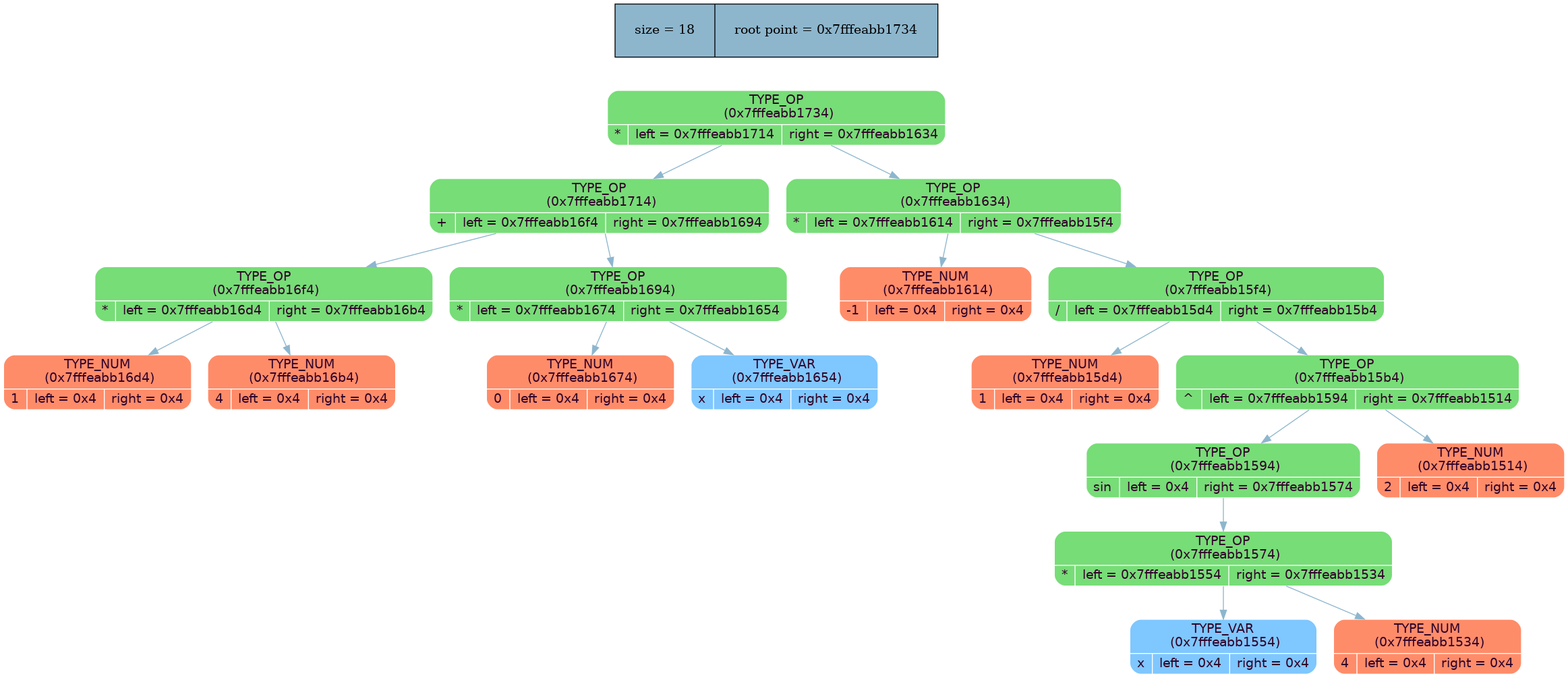
The Graphviz diagram dump_info/tree_dump.png in MaxGroshev/differentiator, before a commit. Its source is kept beside it as dump_info/tree_dump.dot.
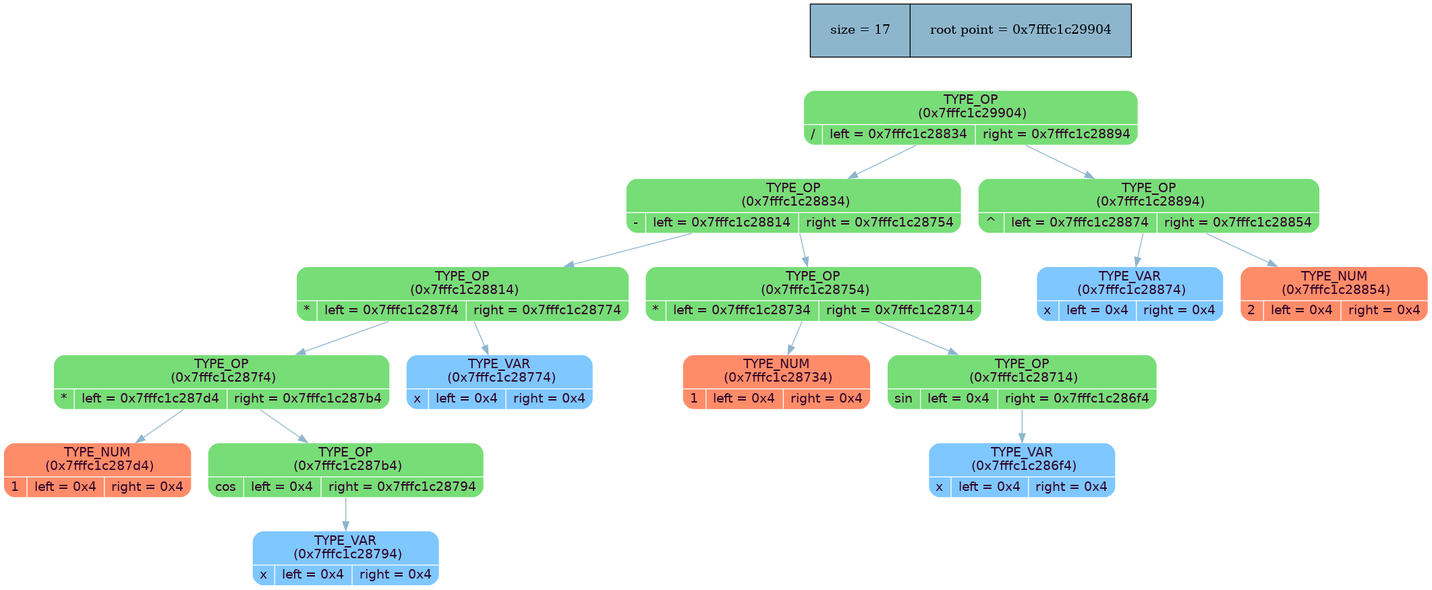
Later version of the same file.

Diff of the diagram source:
```diff
@@ -3,42 +3,36 @@
 rankdir = ""
 splines = "true"
 
-node_stat [margin = "0.3*0.3", style = "filled", shape = "record", fillcolor = "#8DB6CD" label = " size = 18 | root point = 0x4a4da84"]
+node_stat [margin = "0.3*0.3", style = "filled", shape = "record", fillcolor = "#8DB6CD" label = " size = 15 | root point = 0x4a4db84"]
 {rank = source; node_stat}
 
-node0x4a4da84 [shape = "Mrecord", fillcolor = "#77DD77", style = "filled", fontcolor = "#31032A", fontname = "Calibri", color = "white", label = "{TYPE_OP\n (0x4a4da84)| {* |left = 0x4a4da24 |right = 0x4a4d784}}"]
-node0x4a4da84 -> node0x4a4da24 [color = "#8DB6CD", style = "", constraint = true, fillcolor = "#8DB6CD",   fontcolor = "", fontname = "Calibri", label = ""];
-node0x4a4da24 [shape = "Mrecord", fillcolor = "#77DD77", style = "filled", fontcolor = "#31032A", fontname = "Calibri", color = "white", label = "{TYPE_OP\n (0x4a4da24)| {+ |left = 0x4a4d9c4 |right = 0x4a4d8a4}}"]
-node0x4a4da24 -> node0x4a4d9c4 [color = "#8DB6CD", style = "", constraint = true, fillcolor = "#8DB6CD",   fontcolor = "", fontname = "Calibri", label = ""];
-node0x4a4d9c4 [shape = "Mrecord", fillcolor = "#77DD77", style = "filled", fontcolor = "#31032A", fontname = "Calibri", color = "white", label = "{TYPE_OP\n (0x4a4d9c4)| {* |left = 0x4a4d964 |right = 0x4a4d904}}"]
-node0x4a4d9c4 -> node0x4a4d964 [color = "#8DB6CD", style = "", constraint = true, fillcolor = "#8DB6CD",   fontcolor = "", fontname = "Calibri", label = ""];
-node0x4a4d964 [shape = "Mrecord", fillcolor = "#FF8C69", style = "filled", fontcolor = "#31032A", fontname = "Calibri", color = "white", label = "{TYPE_NUM\n (0x4a4d964)| {1 |left = 0x4 |right = 0x4}}"]
-node0x4a4d9c4 -> node0x4a4d904 [color = "#8DB6CD", style = "", constraint = true, fillcolor = "#8DB6CD",   fontcolor = "", fontname = "Calibri", label = ""];
-node0x4a4d904 [shape = "Mrecord", fillcolor = "#FF8C69", style = "filled", fontcolor = "#31032A", fontname = "Calibri", color = "white", label = "{TYPE_NUM\n (0x4a4d904)| {4 |left = 0x4 |right = 0x4}}"]
-node0x4a4da24 -> node0x4a4d8a4 [color = "#8DB6CD", style = "", constraint = true, fillcolor = "#8DB6CD",   fontcolor = "", fontname = "Calibri", label = ""];
-node0x4a4d8a4 [shape = "Mrecord", fillcolor = "#77DD77", style = "filled", fontcolor = "#31032A", fontname = "Calibri", color = "white", label = "{TYPE_OP\n (0x4a4d8a4)| {* |left = 0x4a4d844 |right = 0x4a4d7e4}}"]
-node0x4a4d8a4 -> node0x4a4d844 [color = "#8DB6CD", style = "", constraint = true, fillcolor = "#8DB6CD",   fontcolor = "", fontname = "Calibri", label = ""];
-node0x4a4d844 [shape = "Mrecord", fillcolor = "#FF8C69", style = "filled", fontcolor = "#31032A", fontname = "Calibri", color = "white", label = "{TYPE_NUM\n (0x4a4d844)| {0 |left = 0x4 |right = 0x4}}"]
-node0x4a4d8a4 -> node0x4a4d7e4 [color = "#8DB6CD", style = "", constraint = true, fillcolor = "#8DB6CD",   fontcolor = "", fontname = "Calibri", label = ""];
-node0x4a4d7e4 [shape = "Mrecord", fillcolor = "#7FC7FF", style = "filled", fontcolor = "#31032A", fontname = "Calibri", color = "white", label = "{TYPE_VAR\n (0x4a4d7e4)| {x |left = 0x4 |right = 0x4}}"]
-node0x4a4da84 -> node0x4a4d784 [color = "#8DB6CD", style = "", constraint = true, fillcolor = "#8DB6CD",   fontcolor = "", fontname = "Calibri", label = ""];
-node0x4a4d784 [shape = "Mrecord", fillcolor = "#77DD77", style = "filled", fontcolor = "#31032A", fontname = "Calibri", color = "white", label = "{TYPE_OP\n (0x4a4d784)| {* |left = 0x4a4d724 |right = 0x4a4d6c4}}"]
-node0x4a4d784 -> node0x4a4d724 [color = "#8DB6CD", style = "", constraint = true, fillcolor = "#8DB6CD",   fontcolor = "", fontname = "Calibri", label = ""];
-node0x4a4d724 [shape = "Mrecord", fillcolor = "#FF8C69", style = "filled", fontcolor = "#31032A", fontname = "Calibri", color = "white", label = "{TYPE_NUM\n (0x4a4d724)| {-1 |left = 0x4 |right = 0x4}}"]
-node0x4a4d784 -> node0x4a4d6c4 [color = "#8DB6CD", style = "", constraint = true, fillcolor = "#8DB6CD",   fontcolor = "", fontname = "Calibri", label = ""];
-node0x4a4d6c4 [shape = "Mrecord", fillcolor = "#77DD77", style = "filled", fontcolor = "#31032A", fontname = "Calibri", color = "white", label = "{TYPE_OP\n (0x4a4d6c4)| {/ |left = 0x4a4d664 |right = 0x4a4d604}}"]
-node0x4a4d6c4 -> node0x4a4d664 [color = "#8DB6CD", style = "", constraint = true, fillcolor = "#8DB6CD",   fontcolor = "", fontname = "Calibri", label = ""];
-node0x4a4d664 [shape = "Mrecord", fillcolor = "#FF8C69", style = "filled", fontcolor = "#31032A", fontname = "Calibri", color = "white", label = "{TYPE_NUM\n (0x4a4d664)| {1 |left = 0x4 |right = 0x4}}"]
-node0x4a4d6c4 -> node0x4a4d604 [color = "#8DB6CD", style = "", constraint = true, fillcolor = "#8DB6CD",   fontcolor = "", fontname = "Calibri", label = ""];
-node0x4a4d604 [shape = "Mrecord", fillcolor = "#77DD77", style = "filled", fontcolor = "#31032A", fontname = "Calibri", color = "white", label = "{TYPE_OP\n (0x4a4d604)| {^ |left = 0x4a4d5a4 |right = 0x4a4d424}}"]
-node0x4a4d604 -> node0x4a4d5a4 [color = "#8DB6CD", style = "", constraint = true, fillcolor = "#8DB6CD",   fontcolor = "", fontname = "Calibri", label = ""];
-node0x4a4d5a4 [shape = "Mrecord", fillcolor = "#77DD77", style = "filled", fontcolor = "#31032A", fontname = "Calibri", color = "white", label = "{TYPE_OP\n (0x4a4d5a4)| {sin |left = 0x4 |right = 0x4a4d544}}"]
-node0x4a4d5a4 -> node0x4a4d544 [color = "#8DB6CD", style = "", constraint = true, fillcolor = "#8DB6CD",   fontcolor = "", fontname = "Calibri", label = ""];
-node0x4a4d544 [shape = "Mrecord", fillcolor = "#77DD77", style = "filled", fontcolor = "#31032A", fontname = "Calibri", color = "white", label = "{TYPE_OP\n (0x4a4d544)| {* |left = 0x4a4d4e4 |right = 0x4a4d484}}"]
-node0x4a4d544 -> node0x4a4d4e4 [color = "#8DB6CD", style = "", constraint = true, fillcolor = "#8DB6CD",   fontcolor = "", fontname = "Calibri", label = ""];
-node0x4a4d4e4 [shape = "Mrecord", fillcolor = "#7FC7FF", style = "filled", fontcolor = "#31032A", fontname = "Calibri", color = "white", label = "{TYPE_VAR\n (0x4a4d4e4)| {x |left = 0x4 |right = 0x4}}"]
-node0x4a4d544 -> node0x4a4d484 [color = "#8DB6CD", style = "", constraint = true, fillcolor = "#8DB6CD",   fontcolor = "", fontname = "Calibri", label = ""];
-node0x4a4d484 [shape = "Mrecord", fillcolor = "#FF8C69", style = "filled", fontcolor = "#31032A", fontname = "Calibri", color = "white", label = "{TYPE_NUM\n (0x4a4d484)| {4 |left = 0x4 |right = 0x4}}"]
-node0x4a4d604 -> node0x4a4d424 [color = "#8DB6CD", style = "", constraint = true, fillcolor = "#8DB6CD",   fontcolor = "", fontname = "Calibri", label = ""];
-node0x4a4d424 [shape = "Mrecord", fillcolor = "#FF8C69", style = "filled", fontcolor = "#31032A", fontname = "Calibri", color = "white", label = "{TYPE_NUM\n (0x4a4d424)| {2 |left = 0x4 |right = 0x4}}"]
+node0x4a4db84 [shape = "Mrecord", fillcolor = "#77DD77", style = "filled", fontcolor = "#31032A", fontname = "Calibri", color = "white", label = "{TYPE_OP\n (0x4a4db84)| {/ |left = 0x4a4da04 |right = 0x4a4db24}}"]
+node0x4a4db84 -> node0x4a4da04 [color = "#8DB6CD", style = "", constraint = true, fillcolor = "#8DB6CD",   fontcolor = "", fontname = "Calibri", label = ""];
+node0x4a4da04 [shape = "Mrecord", fillcolor = "#77DD77", style = "filled", fontcolor = "#31032A", fontname = "Calibri", color = "white", label = "{TYPE_OP\n (0x4a4da04)| {- |left = 0x4a4d9a4 |right = 0x4a4d764}}"]
+node0x4a4da04 -> node0x4a4d9a4 [color = "#8DB6CD", style = "", constraint = true, fillcolor = "#8DB6CD",   fontcolor = "", fontname = "Calibri", label = ""];
+node0x4a4d9a4 [shape = "Mrecord", fillcolor = "#77DD77", style = "filled", fontcolor = "#31032A", fontname = "Calibri", color = "white", label = "{TYPE_OP\n (0x4a4d9a4)| {* |left = 0x4a4d944 |right = 0x4a4d7c4}}"]
+node0x4a4d9a4 -> node0x4a4d944 [color = "#8DB6CD", style = "", constraint = true, fillcolor = "#8DB6CD",   fontcolor = "", fontname = "Calibri", label = ""];
+node0x4a4d944 [shape = "Mrecord", fillcolor = "#77DD77", style = "filled", fontcolor = "#31032A", fontname = "Calibri", color = "white", label = "{TYPE_OP\n (0x4a4d944)| {* |left = 0x4a4d8e4 |right = 0x4a4d884}}"]
+node0x4a4d944 -> node0x4a4d8e4 [color = "#8DB6CD", style = "", constraint = true, fillcolor = "#8DB6CD",   fontcolor = "", fontname = "Calibri", label = ""];
+node0x4a4d8e4 [shape = "Mrecord", fillcolor = "#FF8C69", style = "filled", fontcolor = "#31032A", fontname = "Calibri", color = "white", label = "{TYPE_NUM\n (0x4a4d8e4)| {1 |left = 0x4 |right = 0x4}}"]
+node0x4a4d944 -> node0x4a4d884 [color = "#8DB6CD", style = "", constraint = true, fillcolor = "#8DB6CD",   fontcolor = "", fontname = "Calibri", label = ""];
+node0x4a4d884 [shape = "Mrecord", fillcolor = "#77DD77", style = "filled", fontcolor = "#31032A", fontname = "Calibri", color = "white", label = "{TYPE_OP\n (0x4a4d884)| {cos |left = 0x4 |right = 0x4a4d824}}"]
+node0x4a4d884 -> node0x4a4d824 [color = "#8DB6CD", style = "", constraint = true, fillcolor = "#8DB6CD",   fontcolor = "", fontname = "Calibri", label = ""];
+node0x4a4d824 [shape = "Mrecord", fillcolor = "#7FC7FF", style = "filled", fontcolor = "#31032A", fontname = "Calibri", color = "white", label = "{TYPE_VAR\n (0x4a4d824)| {x |left = 0x4 |right = 0x4}}"]
+node0x4a4d9a4 -> node0x4a4d7c4 [color = "#8DB6CD", style = "", constraint = true, fillcolor = "#8DB6CD",   fontcolor = "", fontname = "Calibri", label = ""];
+node0x4a4d7c4 [shape = "Mrecord", fillcolor = "#7FC7FF", style = "filled", fontcolor = "#31032A", fontname = "Calibri", color = "white", label = "{TYPE_VAR\n (0x4a4d7c4)| {x |left = 0x4 |right = 0x4}}"]
+node0x4a4da04 -> node0x4a4d764 [color = "#8DB6CD", style = "", constraint = true, fillcolor = "#8DB6CD",   fontcolor = "", fontname = "Calibri", label = ""];
+node0x4a4d764 [shape = "Mrecord", fillcolor = "#77DD77", style = "filled", fontcolor = "#31032A", fontname = "Calibri", color = "white", label = "{TYPE_OP\n (0x4a4d764)| {* |left = 0x4a4d704 |right = 0x4a4d6a4}}"]
+node0x4a4d764 -> node0x4a4d704 [color = "#8DB6CD", style = "", constraint = true, fillcolor = "#8DB6CD",   fontcolor = "", fontname = "Calibri", label = ""];
+node0x4a4d704 [shape = "Mrecord", fillcolor = "#FF8C69", style = "filled", fontcolor = "#31032A", fontname = "Calibri", color = "white", label = "{TYPE_NUM\n (0x4a4d704)| {1 |left = 0x4 |right = 0x4}}"]
+node0x4a4d764 -> node0x4a4d6a4 [color = "#8DB6CD", style = "", constraint = true, fillcolor = "#8DB6CD",   fontcolor = "", fontname = "Calibri", label = ""];
+node0x4a4d6a4 [shape = "Mrecord", fillcolor = "#77DD77", style = "filled", fontcolor = "#31032A", fontname = "Calibri", color = "white", label = "{TYPE_OP\n (0x4a4d6a4)| {sin |left = 0x4 |right = 0x4a4d644}}"]
+node0x4a4d6a4 -> node0x4a4d644 [color = "#8DB6CD", style = "", constraint = true, fillcolor = "#8DB6CD",   fontcolor = "", fontname = "Calibri", label = ""];
+node0x4a4d644 [shape = "Mrecord", fillcolor = "#7FC7FF", style = "filled", fontcolor = "#31032A", fontname = "Calibri", color = "white", label = "{TYPE_VAR\n (0x4a4d644)| {x |left = 0x4 |right = 0x4}}"]
+node0x4a4db84 -> node0x4a4db24 [color = "#8DB6CD", style = "", constraint = true, fillcolor = "#8DB6CD",   fontcolor = "", fontname = "Calibri", label = ""];
+node0x4a4db24 [shape = "Mrecord", fillcolor = "#77DD77", style = "filled", fontcolor = "#31032A", fontname = "Calibri", color = "white", label = "{TYPE_OP\n (0x4a4db24)| {^ |left = 0x4a4dac4 |right = 0x4a4da64}}"]
+node0x4a4db24 -> node0x4a4dac4 [color = "#8DB6CD", style = "", constraint = true, fillcolor = "#8DB6CD",   fontcolor = "", fontname = "Calibri", label = ""];
+node0x4a4dac4 [shape = "Mrecord", fillcolor = "#7FC7FF", style = "filled", fontcolor = "#31032A", fontname = "Calibri", color = "white", label = "{TYPE_VAR\n (0x4a4dac4)| {x |left = 0x4 |right = 0x4}}"]
+node0x4a4db24 -> node0x4a4da64 [color = "#8DB6CD", style = "", constraint = true, fillcolor = "#8DB6CD",   fontcolor = "", fontname = "Calibri", label = ""];
+node0x4a4da64 [shape = "Mrecord", fillcolor = "#FF8C69", style = "filled", fontcolor = "#31032A", fontname = "Calibri", color = "white", label = "{TYPE_NUM\n (0x4a4da64)| {2 |left = 0x4 |right = 0x4}}"]
 }
```
